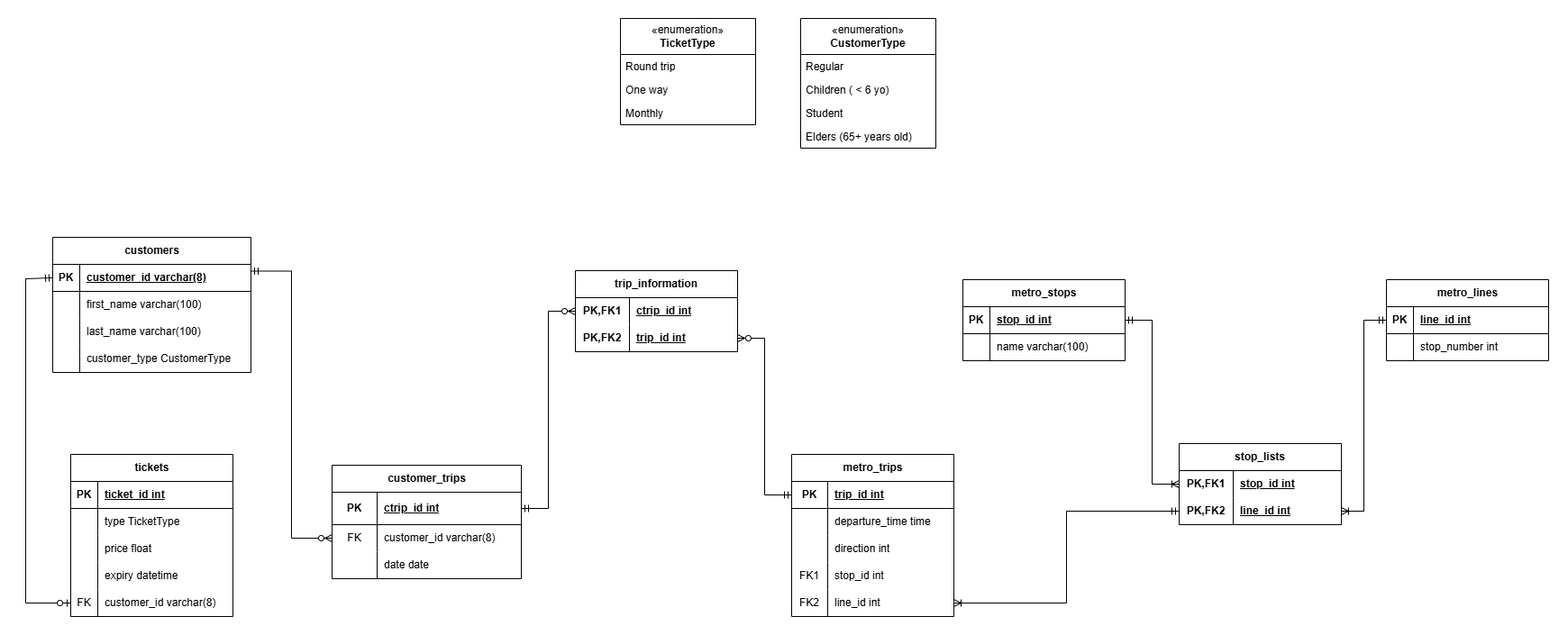
Above: metro_project-ER.png in emochivo/the_metro_project (draw.io), before the change. Source tidied: cells renumbered, new cells last; positions are measured from the earlier drawing's top-left corner, leaving out a move shared by most shapes.
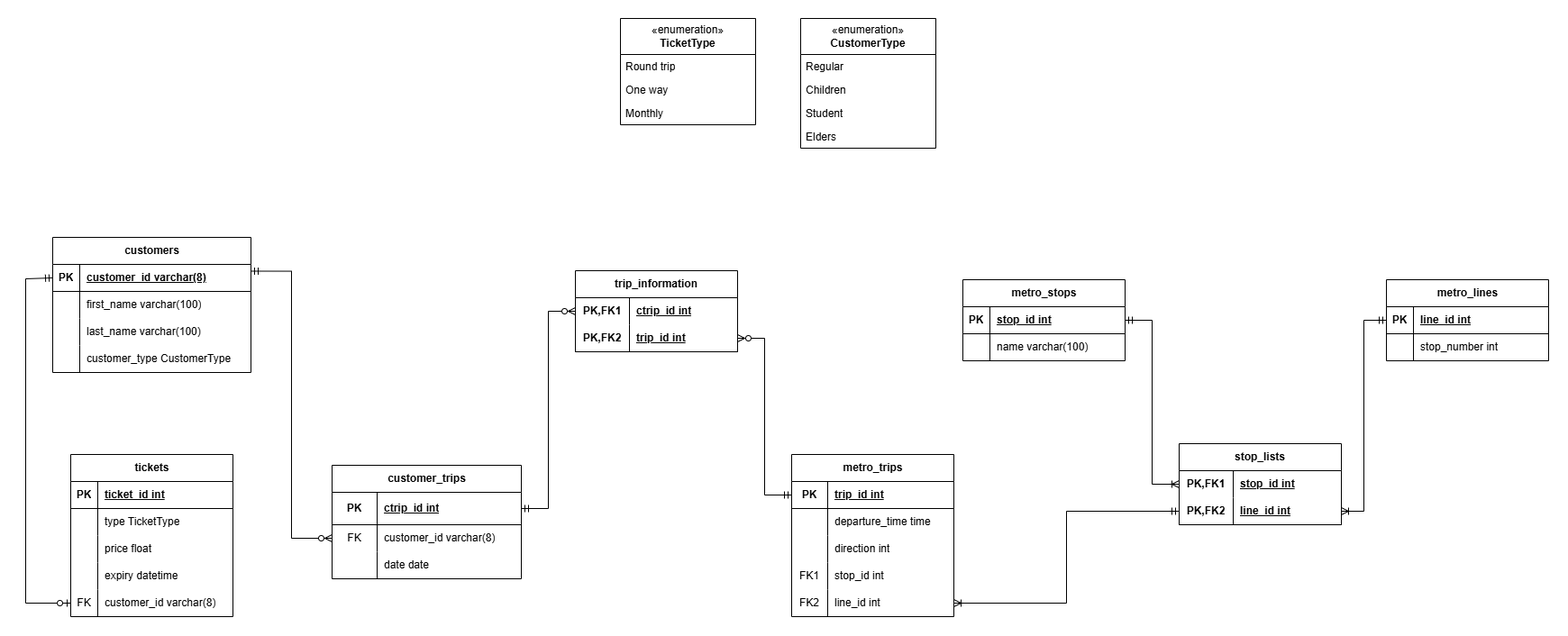
The same diagram one commit later.

Diff of the diagram source:
```diff
@@ -50,13 +50,13 @@
     <mxCell id="17" value="Regular" style="text;strokeColor=none;fillColor=none;align=left;verticalAlign=top;spacingLeft=4;spacingRight=4;overflow=hidden;whiteSpace=wrap;html=1;" parent="16" vertex="1">
       <mxGeometry y="40" width="150" height="26" as="geometry" />
     </mxCell>
-    <mxCell id="18" value="Children ( &amp;lt; 6 yo)" style="text;strokeColor=none;fillColor=none;align=left;verticalAlign=top;spacingLeft=4;spacingRight=4;overflow=hidden;whiteSpace=wrap;html=1;" parent="16" vertex="1">
+    <mxCell id="18" value="Children" style="text;strokeColor=none;fillColor=none;align=left;verticalAlign=top;spacingLeft=4;spacingRight=4;overflow=hidden;whiteSpace=wrap;html=1;" parent="16" vertex="1">
       <mxGeometry y="66" width="150" height="26" as="geometry" />
     </mxCell>
     <mxCell id="19" value="Student" style="text;strokeColor=none;fillColor=none;align=left;verticalAlign=top;spacingLeft=4;spacingRight=4;overflow=hidden;whiteSpace=wrap;html=1;" parent="16" vertex="1">
       <mxGeometry y="92" width="150" height="26" as="geometry" />
     </mxCell>
-    <mxCell id="20" value="Elders (65+ years old)" style="text;strokeColor=none;fillColor=none;align=left;verticalAlign=top;spacingLeft=4;spacingRight=4;overflow=hidden;whiteSpace=wrap;html=1;" parent="16" vertex="1">
+    <mxCell id="20" value="Elders" style="text;strokeColor=none;fillColor=none;align=left;verticalAlign=top;spacingLeft=4;spacingRight=4;overflow=hidden;whiteSpace=wrap;html=1;" parent="16" vertex="1">
       <mxGeometry y="118" width="150" height="26" as="geometry" />
     </mxCell>
     <mxCell id="21" value="«enumeration»&lt;br&gt;&lt;b&gt;TicketType&lt;/b&gt;" style="swimlane;fontStyle=0;horizontal=1;startSize=40;fillColor=none;whiteSpace=wrap;html=1;" parent="1" vertex="1">
```
